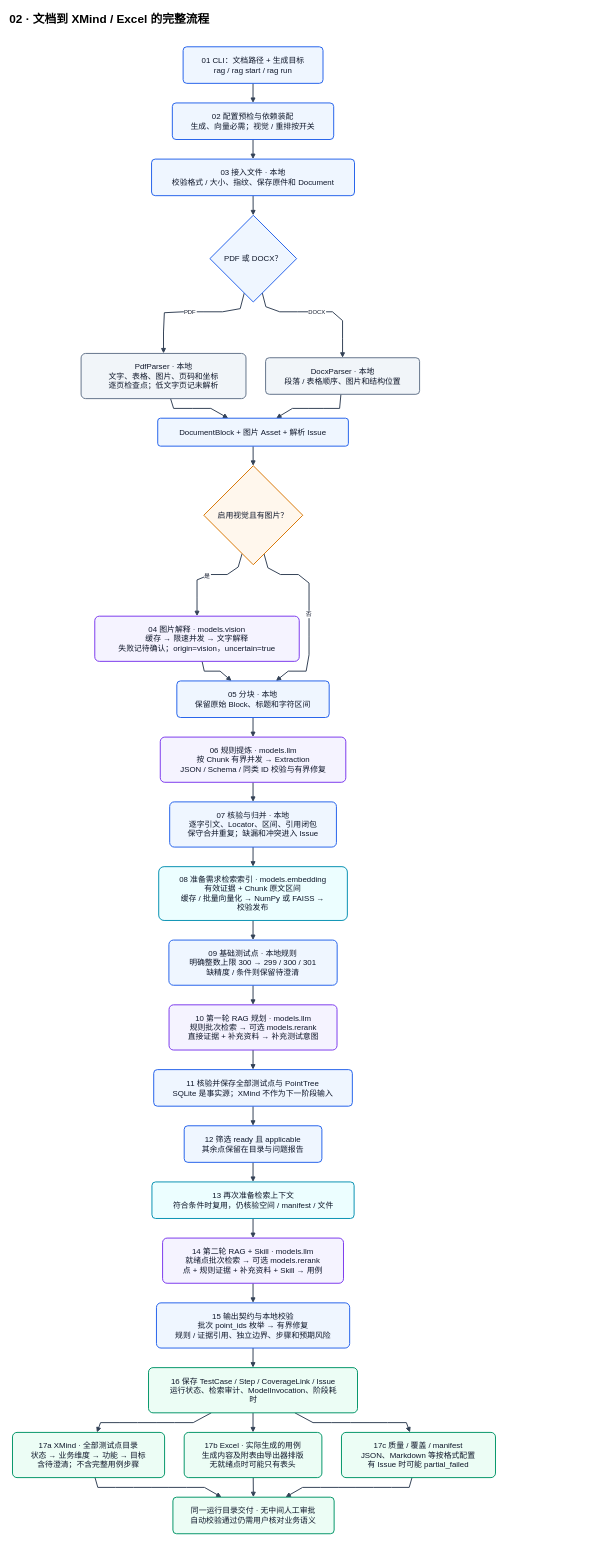
Earlier version of the draw.io diagram page "02 · 文档到 XMind / Excel 的完整流程" (2 of 5) of docs/diagrams/tc_rag_architecture_atlas.drawio (mzyu05413-sys/tc_rag). Source tidied: cells renumbered, new cells numbered last; positions are measured from the earlier drawing's top-left corner, leaving out a move shared by most shapes. Both pictures are drawn from the tidied source at 49%, with x=0, y=0 at pixel (8, 8).
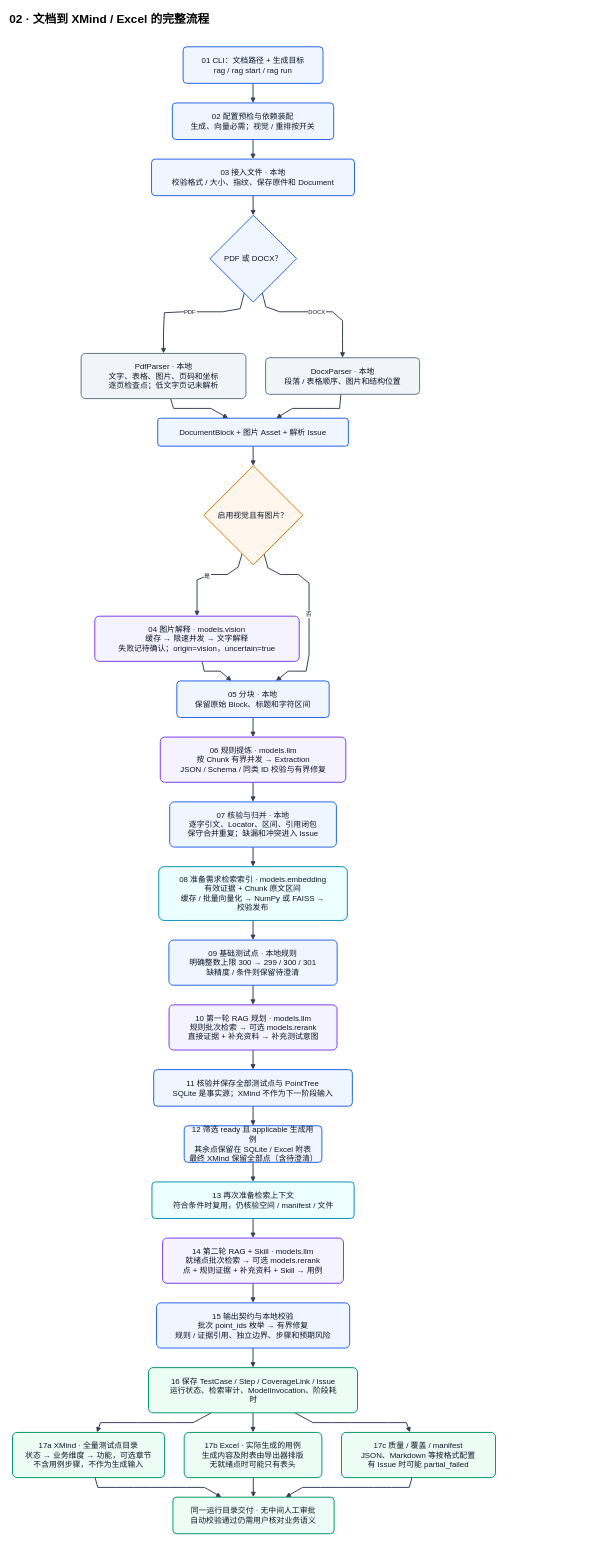
After the change.

What changed in the source:
```diff
@@
-    <mxCell id="47" value="12 筛选 ready 且 applicable&#10;其余点保留在目录与问题报告" style="whiteSpace=wrap;fontColor=#0F172A;fontSize=16;strokeWidth=2;spacing=12;rounded=1;arcSize=10;fillColor=#eff6ff;strokeColor=#2563eb;" parent="1" vertex="1">
+    <mxCell id="47" value="12 筛选 ready 且 applicable 生成用例&#10;其余点保留在 SQLite / Excel 附表&#10;最终 XMind 保留全部点（含待澄清）" style="whiteSpace=wrap;fontColor=#0F172A;fontSize=16;strokeWidth=2;spacing=12;rounded=1;arcSize=10;fillColor=#eff6ff;strokeColor=#2563eb;" parent="1" vertex="1">
       <mxGeometry x="358.4" y="2280" width="281" height="74.6" as="geometry" />
     </mxCell>
@@
-    <mxCell id="52" value="17a XMind · 全部测试点目录&#10;状态 → 业务维度 → 功能 → 目标&#10;含待澄清；不含完整用例步骤" style="whiteSpace=wrap;fontColor=#0F172A;fontSize=16;strokeWidth=2;spacing=12;rounded=1;arcSize=10;fillColor=#ecfdf5;strokeColor=#059669;" parent="1" vertex="1">
+    <mxCell id="52" value="17a XMind · 全量测试点目录&#10;状态 → 业务维度 → 功能，可选章节&#10;不含用例步骤，不作为生成输入" style="whiteSpace=wrap;fontColor=#0F172A;fontSize=16;strokeWidth=2;spacing=12;rounded=1;arcSize=10;fillColor=#ecfdf5;strokeColor=#059669;" parent="1" vertex="1">
       <mxGeometry x="8" y="2905.8" width="310.4" height="92.2" as="geometry" />
     </mxCell>
```
